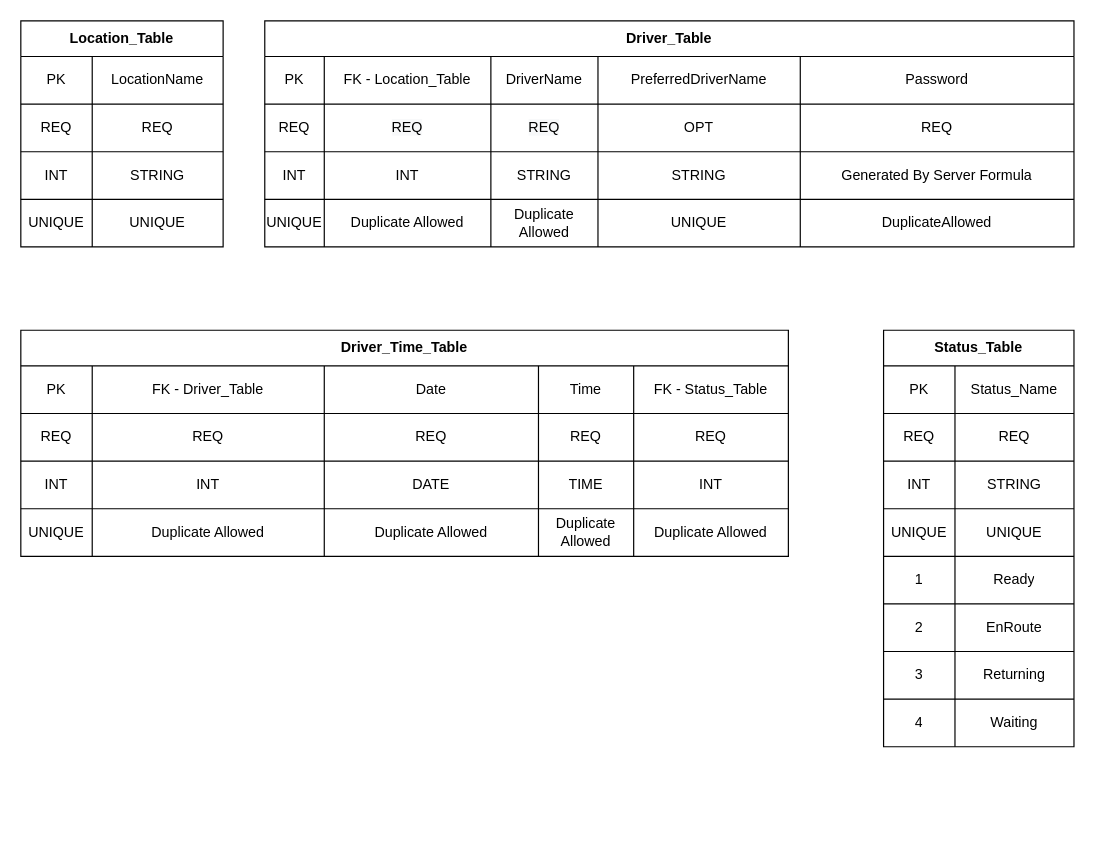
Earlier version of the draw.io diagram doorzzaServer.drawio (danthomsen42/doorzzaQueue). Source tidied: cells renumbered, new cells numbered last; positions are measured from the earlier drawing's top-left corner, leaving out a move shared by most shapes. Both pictures are drawn from the tidied source at 119%, with x=0, y=0 at pixel (20, 20).
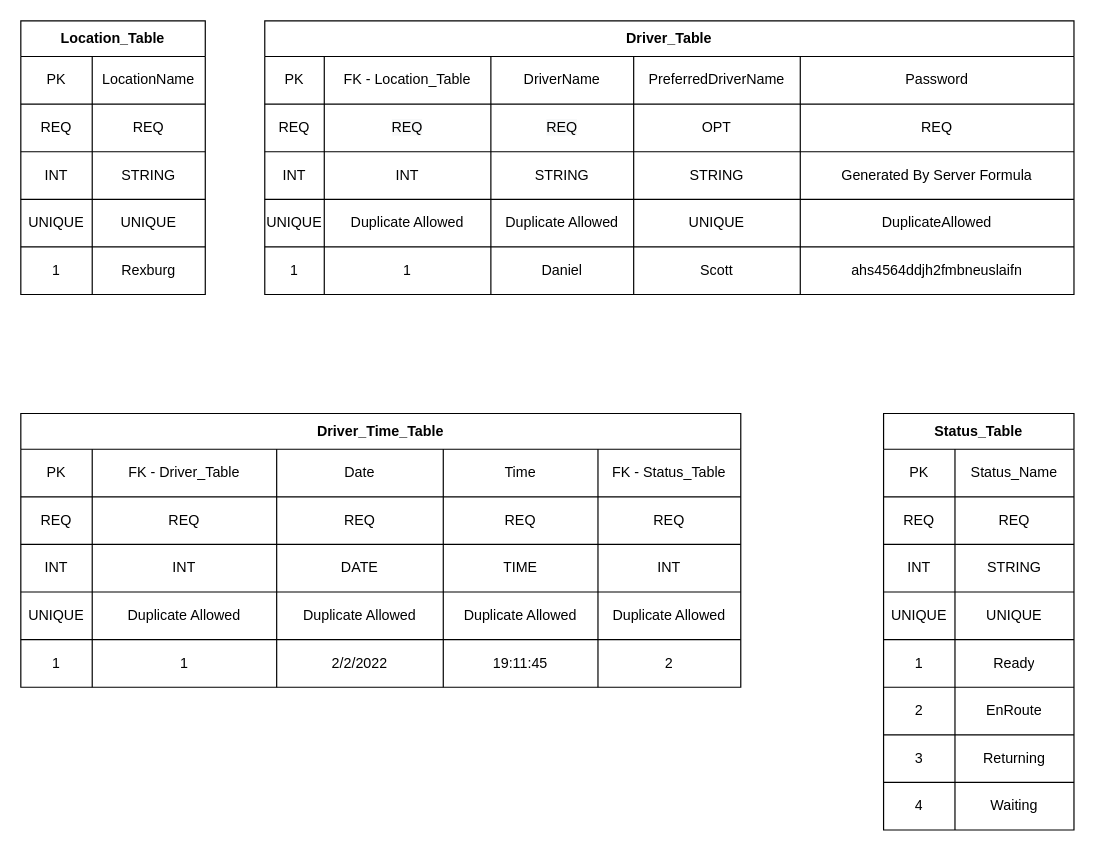
Above is the later version.

Unchanged cells that the change refers to:
```xml
<mxCell id="16" style="shape=partialRectangle;html=1;whiteSpace=wrap;fillColor=none;top=0;left=0;bottom=0;right=0;" parent="15" vertex="1">
  <mxGeometry y="30" width="680" height="40" as="geometry" />
</mxCell>
<mxCell id="22" style="shape=partialRectangle;html=1;whiteSpace=wrap;fillColor=none;top=0;left=0;bottom=0;right=0;" parent="15" vertex="1">
  <mxGeometry y="70" width="680" height="40" as="geometry" />
</mxCell>
<mxCell id="28" style="shape=partialRectangle;html=1;whiteSpace=wrap;fillColor=none;top=0;left=0;bottom=0;right=0;" parent="15" vertex="1">
  <mxGeometry y="110" width="680" height="40" as="geometry" />
</mxCell>
<mxCell id="34" style="shape=partialRectangle;html=1;whiteSpace=wrap;fillColor=none;top=0;left=0;bottom=0;right=0;" parent="15" vertex="1">
  <mxGeometry y="150" width="680" height="40" as="geometry" />
</mxCell>
```

What changed in the source:
```diff
@@
     <mxCell id="2" value="Location_Table" style="shape=table;html=1;whiteSpace=wrap;startSize=30;childLayout=tableLayout;fontStyle=1;align=center;" parent="1" vertex="1">
-      <mxGeometry width="170" height="190" as="geometry" />
+      <mxGeometry width="155" height="230" as="geometry" />
     </mxCell>
     <mxCell id="3" style="shape=partialRectangle;html=1;whiteSpace=wrap;fillColor=none;top=0;left=0;bottom=0;right=0;" parent="2" vertex="1">
-      <mxGeometry y="30" width="170" height="40" as="geometry" />
+      <mxGeometry y="30" width="155" height="40" as="geometry" />
     </mxCell>
@@
     <mxCell id="5" value="LocationName" style="shape=partialRectangle;html=1;whiteSpace=wrap;fillColor=none;top=0;left=0;bottom=0;right=0;overflow=hidden;" parent="3" vertex="1">
-      <mxGeometry x="60" width="110" height="40" as="geometry" />
+      <mxGeometry x="60" width="95" height="40" as="geometry" />
     </mxCell>
     <mxCell id="6" style="shape=partialRectangle;html=1;whiteSpace=wrap;fillColor=none;top=0;left=0;bottom=0;right=0;" parent="2" vertex="1">
-      <mxGeometry y="70" width="170" height="40" as="geometry" />
+      <mxGeometry y="70" width="155" height="40" as="geometry" />
     </mxCell>
@@
     <mxCell id="8" value="REQ" style="shape=partialRectangle;html=1;whiteSpace=wrap;fillColor=none;top=0;left=0;bottom=0;right=0;overflow=hidden;" parent="6" vertex="1">
-      <mxGeometry x="60" width="110" height="40" as="geometry" />
+      <mxGeometry x="60" width="95" height="40" as="geometry" />
     </mxCell>
     <mxCell id="9" style="shape=partialRectangle;html=1;whiteSpace=wrap;fillColor=none;top=0;left=0;bottom=0;right=0;" parent="2" vertex="1">
-      <mxGeometry y="110" width="170" height="40" as="geometry" />
+      <mxGeometry y="110" width="155" height="40" as="geometry" />
     </mxCell>
@@
     <mxCell id="11" value="STRING" style="shape=partialRectangle;html=1;whiteSpace=wrap;fillColor=none;top=0;left=0;bottom=0;right=0;overflow=hidden;" parent="9" vertex="1">
-      <mxGeometry x="60" width="110" height="40" as="geometry" />
+      <mxGeometry x="60" width="95" height="40" as="geometry" />
     </mxCell>
     <mxCell id="12" style="shape=partialRectangle;html=1;whiteSpace=wrap;fillColor=none;top=0;left=0;bottom=0;right=0;" parent="2" vertex="1">
-      <mxGeometry y="150" width="170" height="40" as="geometry" />
+      <mxGeometry y="150" width="155" height="40" as="geometry" />
     </mxCell>
@@
     <mxCell id="14" value="UNIQUE" style="shape=partialRectangle;html=1;whiteSpace=wrap;fillColor=none;top=0;left=0;bottom=0;right=0;overflow=hidden;" parent="12" vertex="1">
-      <mxGeometry x="60" width="110" height="40" as="geometry" />
+      <mxGeometry x="60" width="95" height="40" as="geometry" />
     </mxCell>
+    <mxCell id="90" style="shape=partialRectangle;html=1;whiteSpace=wrap;fillColor=none;top=0;left=0;bottom=0;right=0;" parent="2" vertex="1">
+      <mxGeometry y="190" width="155" height="40" as="geometry" />
+    </mxCell>
+    <mxCell id="91" value="1" style="shape=partialRectangle;html=1;whiteSpace=wrap;fillColor=none;top=0;left=0;bottom=0;right=0;overflow=hidden;" parent="90" vertex="1">
+      <mxGeometry width="60" height="40" as="geometry" />
+    </mxCell>
+    <mxCell id="92" value="Rexburg" style="shape=partialRectangle;html=1;whiteSpace=wrap;fillColor=none;top=0;left=0;bottom=0;right=0;overflow=hidden;" parent="90" vertex="1">
+      <mxGeometry x="60" width="95" height="40" as="geometry" />
+    </mxCell>
     <mxCell id="15" value="Driver_Table" style="shape=table;html=1;whiteSpace=wrap;startSize=30;childLayout=tableLayout;fontStyle=1;align=center;" parent="1" vertex="1">
-      <mxGeometry x="205" width="680" height="190" as="geometry" />
+      <mxGeometry x="205" width="680" height="230" as="geometry" />
     </mxCell>
@@
     <mxCell id="19" value="DriverName" style="shape=partialRectangle;html=1;whiteSpace=wrap;fillColor=none;top=0;left=0;bottom=0;right=0;overflow=hidden;" parent="16" vertex="1">
-      <mxGeometry x="190" width="90" height="40" as="geometry" />
+      <mxGeometry x="190" width="120" height="40" as="geometry" />
     </mxCell>
     <mxCell id="20" value="PreferredDriverName" style="shape=partialRectangle;html=1;whiteSpace=wrap;fillColor=none;top=0;left=0;bottom=0;right=0;overflow=hidden;" parent="16" vertex="1">
-      <mxGeometry x="280" width="170" height="40" as="geometry" />
+      <mxGeometry x="310" width="140" height="40" as="geometry" />
     </mxCell>
@@
     <mxCell id="25" value="&lt;span style=&quot;color: rgb(0 , 0 , 0) ; font-family: &amp;#34;helvetica&amp;#34; ; font-size: 12px ; font-style: normal ; font-weight: 400 ; letter-spacing: normal ; text-align: center ; text-indent: 0px ; text-transform: none ; word-spacing: 0px ; background-color: rgb(248 , 249 , 250) ; display: inline ; float: none&quot;&gt;REQ&lt;/span&gt;&lt;br&gt;" style="shape=partialRectangle;html=1;whiteSpace=wrap;fillColor=none;top=0;left=0;bottom=0;right=0;overflow=hidden;" parent="22" vertex="1">
-      <mxGeometry x="190" width="90" height="40" as="geometry" />
+      <mxGeometry x="190" width="120" height="40" as="geometry" />
     </mxCell>
     <mxCell id="26" value="OPT" style="shape=partialRectangle;html=1;whiteSpace=wrap;fillColor=none;top=0;left=0;bottom=0;right=0;overflow=hidden;" parent="22" vertex="1">
-      <mxGeometry x="280" width="170" height="40" as="geometry" />
+      <mxGeometry x="310" width="140" height="40" as="geometry" />
     </mxCell>
@@
     <mxCell id="31" value="STRING" style="shape=partialRectangle;html=1;whiteSpace=wrap;fillColor=none;top=0;left=0;bottom=0;right=0;overflow=hidden;" parent="28" vertex="1">
-      <mxGeometry x="190" width="90" height="40" as="geometry" />
+      <mxGeometry x="190" width="120" height="40" as="geometry" />
     </mxCell>
     <mxCell id="32" value="STRING" style="shape=partialRectangle;html=1;whiteSpace=wrap;fillColor=none;top=0;left=0;bottom=0;right=0;overflow=hidden;" parent="28" vertex="1">
-      <mxGeometry x="280" width="170" height="40" as="geometry" />
+      <mxGeometry x="310" width="140" height="40" as="geometry" />
     </mxCell>
@@
     <mxCell id="37" value="Duplicate Allowed" style="shape=partialRectangle;html=1;whiteSpace=wrap;fillColor=none;top=0;left=0;bottom=0;right=0;overflow=hidden;" parent="34" vertex="1">
-      <mxGeometry x="190" width="90" height="40" as="geometry" />
+      <mxGeometry x="190" width="120" height="40" as="geometry" />
     </mxCell>
     <mxCell id="38" value="UNIQUE" style="shape=partialRectangle;html=1;whiteSpace=wrap;fillColor=none;top=0;left=0;bottom=0;right=0;overflow=hidden;" parent="34" vertex="1">
-      <mxGeometry x="280" width="170" height="40" as="geometry" />
+      <mxGeometry x="310" width="140" height="40" as="geometry" />
     </mxCell>
@@
+    <mxCell id="93" style="shape=partialRectangle;html=1;whiteSpace=wrap;fillColor=none;top=0;left=0;bottom=0;right=0;" parent="15" vertex="1">
+      <mxGeometry y="190" width="680" height="40" as="geometry" />
+    </mxCell>
+    <mxCell id="94" value="1" style="shape=partialRectangle;html=1;whiteSpace=wrap;fillColor=none;top=0;left=0;bottom=0;right=0;overflow=hidden;" parent="93" vertex="1">
+      <mxGeometry width="50" height="40" as="geometry" />
+    </mxCell>
+    <mxCell id="95" value="1" style="shape=partialRectangle;html=1;whiteSpace=wrap;fillColor=none;top=0;left=0;bottom=0;right=0;overflow=hidden;" parent="93" vertex="1">
+      <mxGeometry x="50" width="140" height="40" as="geometry" />
+    </mxCell>
+    <mxCell id="96" value="Daniel" style="shape=partialRectangle;html=1;whiteSpace=wrap;fillColor=none;top=0;left=0;bottom=0;right=0;overflow=hidden;" parent="93" vertex="1">
+      <mxGeometry x="190" width="120" height="40" as="geometry" />
+    </mxCell>
+    <mxCell id="97" value="Scott" style="shape=partialRectangle;html=1;whiteSpace=wrap;fillColor=none;top=0;left=0;bottom=0;right=0;overflow=hidden;" parent="93" vertex="1">
+      <mxGeometry x="310" width="140" height="40" as="geometry" />
+    </mxCell>
+    <mxCell id="98" value="ahs4564ddjh2fmbneuslaifn" style="shape=partialRectangle;html=1;whiteSpace=wrap;fillColor=none;top=0;left=0;bottom=0;right=0;overflow=hidden;" parent="93" vertex="1">
+      <mxGeometry x="450" width="230" height="40" as="geometry" />
+    </mxCell>
     <mxCell id="40" value="Driver_Time_Table" style="shape=table;html=1;whiteSpace=wrap;startSize=30;childLayout=tableLayout;fontStyle=1;align=center;" parent="1" vertex="1">
-      <mxGeometry y="260" width="645" height="190" as="geometry" />
+      <mxGeometry y="330" width="605" height="230" as="geometry" />
     </mxCell>
     <mxCell id="41" style="shape=partialRectangle;html=1;whiteSpace=wrap;fillColor=none;top=0;left=0;bottom=0;right=0;" parent="40" vertex="1">
-      <mxGeometry y="30" width="645" height="40" as="geometry" />
+      <mxGeometry y="30" width="605" height="40" as="geometry" />
     </mxCell>
@@
     <mxCell id="43" value="FK - Driver_Table" style="shape=partialRectangle;html=1;whiteSpace=wrap;fillColor=none;top=0;left=0;bottom=0;right=0;overflow=hidden;" parent="41" vertex="1">
-      <mxGeometry x="60" width="195" height="40" as="geometry" />
+      <mxGeometry x="60" width="155" height="40" as="geometry" />
     </mxCell>
     <mxCell id="44" value="Date" style="shape=partialRectangle;html=1;whiteSpace=wrap;fillColor=none;top=0;left=0;bottom=0;right=0;overflow=hidden;" parent="41" vertex="1">
-      <mxGeometry x="255" width="180" height="40" as="geometry" />
+      <mxGeometry x="215" width="140" height="40" as="geometry" />
     </mxCell>
     <mxCell id="45" value="Time" style="shape=partialRectangle;html=1;whiteSpace=wrap;fillColor=none;top=0;left=0;bottom=0;right=0;overflow=hidden;" parent="41" vertex="1">
-      <mxGeometry x="435" width="80" height="40" as="geometry" />
+      <mxGeometry x="355" width="130" height="40" as="geometry" />
     </mxCell>
     <mxCell id="46" value="FK - Status_Table" style="shape=partialRectangle;html=1;whiteSpace=wrap;fillColor=none;top=0;left=0;bottom=0;right=0;overflow=hidden;" parent="41" vertex="1">
-      <mxGeometry x="515" width="130" height="40" as="geometry" />
+      <mxGeometry x="485" width="120" height="40" as="geometry" />
     </mxCell>
     <mxCell id="47" style="shape=partialRectangle;html=1;whiteSpace=wrap;fillColor=none;top=0;left=0;bottom=0;right=0;" parent="40" vertex="1">
-      <mxGeometry y="70" width="645" height="40" as="geometry" />
+      <mxGeometry y="70" width="605" height="40" as="geometry" />
     </mxCell>
@@
     <mxCell id="49" value="REQ" style="shape=partialRectangle;html=1;whiteSpace=wrap;fillColor=none;top=0;left=0;bottom=0;right=0;overflow=hidden;" parent="47" vertex="1">
-      <mxGeometry x="60" width="195" height="40" as="geometry" />
+      <mxGeometry x="60" width="155" height="40" as="geometry" />
     </mxCell>
     <mxCell id="50" value="REQ" style="shape=partialRectangle;html=1;whiteSpace=wrap;fillColor=none;top=0;left=0;bottom=0;right=0;overflow=hidden;" parent="47" vertex="1">
-      <mxGeometry x="255" width="180" height="40" as="geometry" />
+      <mxGeometry x="215" width="140" height="40" as="geometry" />
     </mxCell>
     <mxCell id="51" value="REQ" style="shape=partialRectangle;html=1;whiteSpace=wrap;fillColor=none;top=0;left=0;bottom=0;right=0;overflow=hidden;" parent="47" vertex="1">
-      <mxGeometry x="435" width="80" height="40" as="geometry" />
+      <mxGeometry x="355" width="130" height="40" as="geometry" />
     </mxCell>
     <mxCell id="52" value="REQ" style="shape=partialRectangle;html=1;whiteSpace=wrap;fillColor=none;top=0;left=0;bottom=0;right=0;overflow=hidden;" parent="47" vertex="1">
-      <mxGeometry x="515" width="130" height="40" as="geometry" />
+      <mxGeometry x="485" width="120" height="40" as="geometry" />
     </mxCell>
     <mxCell id="53" style="shape=partialRectangle;html=1;whiteSpace=wrap;fillColor=none;top=0;left=0;bottom=0;right=0;" parent="40" vertex="1">
-      <mxGeometry y="110" width="645" height="40" as="geometry" />
+      <mxGeometry y="110" width="605" height="40" as="geometry" />
     </mxCell>
@@
     <mxCell id="55" value="INT" style="shape=partialRectangle;html=1;whiteSpace=wrap;fillColor=none;top=0;left=0;bottom=0;right=0;overflow=hidden;" parent="53" vertex="1">
-      <mxGeometry x="60" width="195" height="40" as="geometry" />
+      <mxGeometry x="60" width="155" height="40" as="geometry" />
     </mxCell>
     <mxCell id="56" value="DATE" style="shape=partialRectangle;html=1;whiteSpace=wrap;fillColor=none;top=0;left=0;bottom=0;right=0;overflow=hidden;" parent="53" vertex="1">
-      <mxGeometry x="255" width="180" height="40" as="geometry" />
+      <mxGeometry x="215" width="140" height="40" as="geometry" />
     </mxCell>
     <mxCell id="57" value="TIME" style="shape=partialRectangle;html=1;whiteSpace=wrap;fillColor=none;top=0;left=0;bottom=0;right=0;overflow=hidden;" parent="53" vertex="1">
-      <mxGeometry x="435" width="80" height="40" as="geometry" />
+      <mxGeometry x="355" width="130" height="40" as="geometry" />
     </mxCell>
     <mxCell id="58" value="INT" style="shape=partialRectangle;html=1;whiteSpace=wrap;fillColor=none;top=0;left=0;bottom=0;right=0;overflow=hidden;" parent="53" vertex="1">
-      <mxGeometry x="515" width="130" height="40" as="geometry" />
+      <mxGeometry x="485" width="120" height="40" as="geometry" />
     </mxCell>
     <mxCell id="59" style="shape=partialRectangle;html=1;whiteSpace=wrap;fillColor=none;top=0;left=0;bottom=0;right=0;" parent="40" vertex="1">
-      <mxGeometry y="150" width="645" height="40" as="geometry" />
+      <mxGeometry y="150" width="605" height="40" as="geometry" />
     </mxCell>
@@
     <mxCell id="61" value="Duplicate Allowed" style="shape=partialRectangle;html=1;whiteSpace=wrap;fillColor=none;top=0;left=0;bottom=0;right=0;overflow=hidden;" parent="59" vertex="1">
-      <mxGeometry x="60" width="195" height="40" as="geometry" />
+      <mxGeometry x="60" width="155" height="40" as="geometry" />
     </mxCell>
     <mxCell id="62" value="Duplicate Allowed" style="shape=partialRectangle;html=1;whiteSpace=wrap;fillColor=none;top=0;left=0;bottom=0;right=0;overflow=hidden;" parent="59" vertex="1">
-      <mxGeometry x="255" width="180" height="40" as="geometry" />
+      <mxGeometry x="215" width="140" height="40" as="geometry" />
     </mxCell>
     <mxCell id="63" value="Duplicate Allowed" style="shape=partialRectangle;html=1;whiteSpace=wrap;fillColor=none;top=0;left=0;bottom=0;right=0;overflow=hidden;" parent="59" vertex="1">
-      <mxGeometry x="435" width="80" height="40" as="geometry" />
+      <mxGeometry x="355" width="130" height="40" as="geometry" />
     </mxCell>
     <mxCell id="64" value="Duplicate Allowed" style="shape=partialRectangle;html=1;whiteSpace=wrap;fillColor=none;top=0;left=0;bottom=0;right=0;overflow=hidden;" parent="59" vertex="1">
-      <mxGeometry x="515" width="130" height="40" as="geometry" />
+      <mxGeometry x="485" width="120" height="40" as="geometry" />
     </mxCell>
+    <mxCell id="99" style="shape=partialRectangle;html=1;whiteSpace=wrap;fillColor=none;top=0;left=0;bottom=0;right=0;" parent="40" vertex="1">
+      <mxGeometry y="190" width="605" height="40" as="geometry" />
+    </mxCell>
+    <mxCell id="100" value="1" style="shape=partialRectangle;html=1;whiteSpace=wrap;fillColor=none;top=0;left=0;bottom=0;right=0;overflow=hidden;" parent="99" vertex="1">
+      <mxGeometry width="60" height="40" as="geometry" />
+    </mxCell>
+    <mxCell id="101" value="1" style="shape=partialRectangle;html=1;whiteSpace=wrap;fillColor=none;top=0;left=0;bottom=0;right=0;overflow=hidden;" parent="99" vertex="1">
+      <mxGeometry x="60" width="155" height="40" as="geometry" />
+    </mxCell>
+    <mxCell id="102" value="2/2/2022" style="shape=partialRectangle;html=1;whiteSpace=wrap;fillColor=none;top=0;left=0;bottom=0;right=0;overflow=hidden;" parent="99" vertex="1">
+      <mxGeometry x="215" width="140" height="40" as="geometry" />
+    </mxCell>
+    <mxCell id="103" value="19:11:45" style="shape=partialRectangle;html=1;whiteSpace=wrap;fillColor=none;top=0;left=0;bottom=0;right=0;overflow=hidden;" parent="99" vertex="1">
+      <mxGeometry x="355" width="130" height="40" as="geometry" />
+    </mxCell>
+    <mxCell id="104" value="2" style="shape=partialRectangle;html=1;whiteSpace=wrap;fillColor=none;top=0;left=0;bottom=0;right=0;overflow=hidden;" parent="99" vertex="1">
+      <mxGeometry x="485" width="120" height="40" as="geometry" />
+    </mxCell>
     <mxCell id="65" value="Status_Table" style="shape=table;html=1;whiteSpace=wrap;startSize=30;childLayout=tableLayout;fontStyle=1;align=center;" parent="1" vertex="1">
-      <mxGeometry x="725" y="260" width="160" height="350" as="geometry" />
+      <mxGeometry x="725" y="330" width="160" height="350" as="geometry" />
     </mxCell>
```
